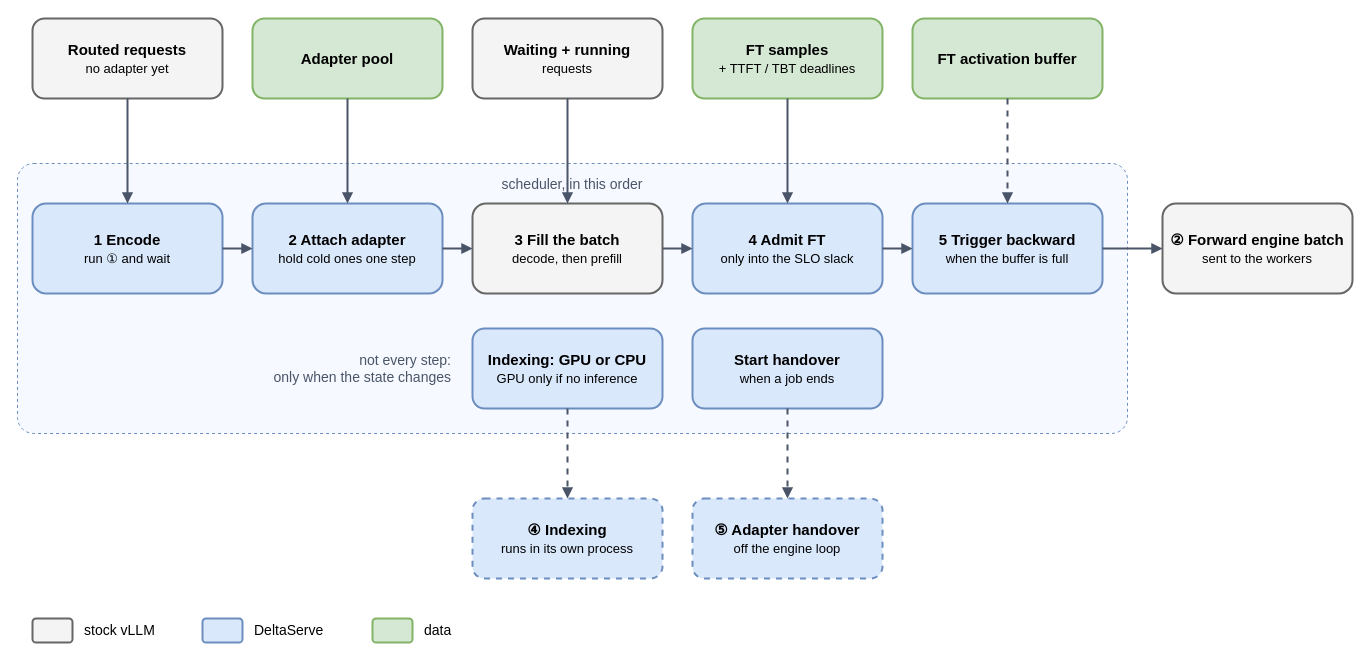
852866031/DeltaServe-vLLM keeps this draw.io diagram as page "one-scheduling-step" (11 of 13) of docs/figures/scheduling/all-scheduling-diagrams.drawio. Above is the earlier version. Source tidied: cells renumbered, new cells numbered last; positions are measured from the earlier drawing's top-left corner, leaving out a move shared by most shapes. Both pictures are drawn from the tidied source at 100%, with x=0, y=0 at pixel (17, 18).
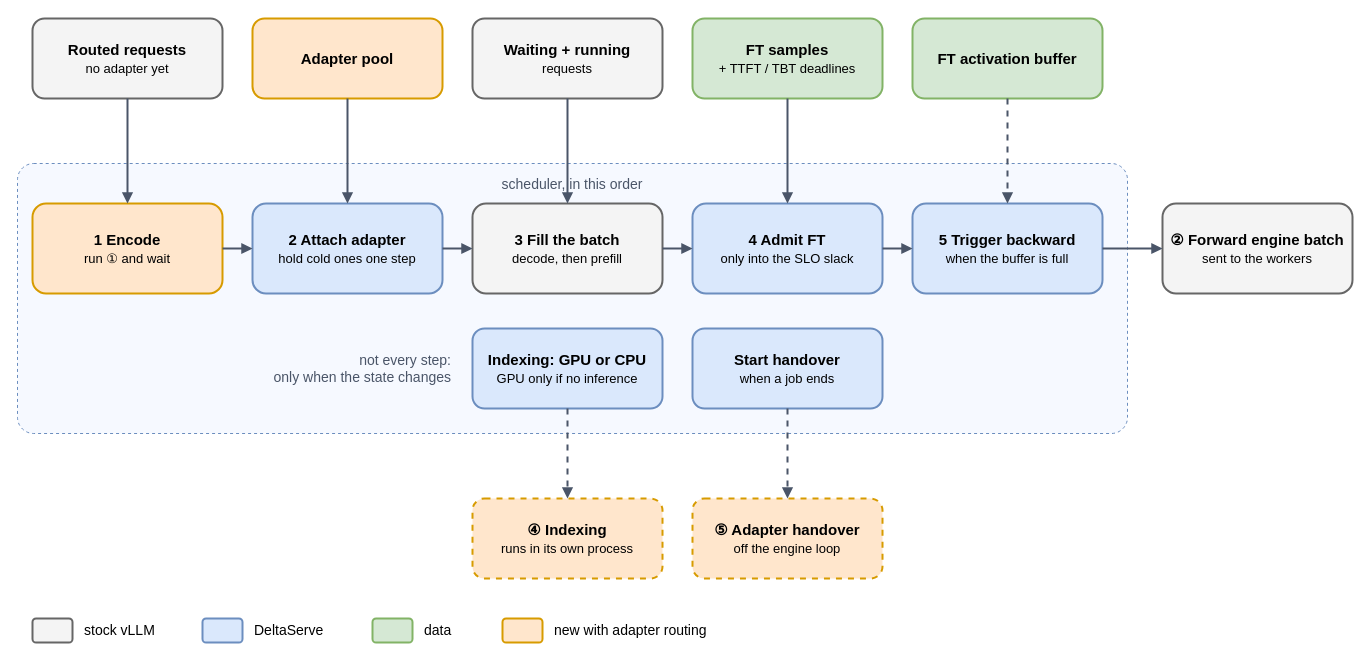
The same page after the edit.

Change to the diagram source:
```diff
@@
-    <mxCell id="4" value="&lt;b&gt;Adapter pool&lt;/b&gt;" style="rounded=1;whiteSpace=wrap;html=1;fontSize=15;fillColor=#D5E8D4;strokeColor=#82B366;strokeWidth=2;" parent="1" vertex="1">
+    <mxCell id="4" value="&lt;b&gt;Adapter pool&lt;/b&gt;" style="rounded=1;whiteSpace=wrap;html=1;fontSize=15;fillColor=#FFE6CC;strokeColor=#D79B00;strokeWidth=2;" parent="1" vertex="1">
       <mxGeometry x="235" width="190" height="80" as="geometry" />
     </mxCell>
@@
-    <mxCell id="8" value="&lt;b&gt;1 Encode&lt;/b&gt;&lt;br&gt;&lt;font style=&quot;font-size:13px&quot;&gt;run ① and wait&lt;/font&gt;" style="rounded=1;whiteSpace=wrap;html=1;fontSize=15;fillColor=#DAE8FC;strokeColor=#6C8EBF;strokeWidth=2;" parent="1" vertex="1">
+    <mxCell id="8" value="&lt;b&gt;1 Encode&lt;/b&gt;&lt;br&gt;&lt;font style=&quot;font-size:13px&quot;&gt;run ① and wait&lt;/font&gt;" style="rounded=1;whiteSpace=wrap;html=1;fontSize=15;fillColor=#FFE6CC;strokeColor=#D79B00;strokeWidth=2;" parent="1" vertex="1">
       <mxGeometry x="15" y="185" width="190" height="90" as="geometry" />
     </mxCell>
@@
-    <mxCell id="26" value="&lt;b&gt;④ Indexing&lt;/b&gt;&lt;br&gt;&lt;font style=&quot;font-size:13px&quot;&gt;runs in its own process&lt;/font&gt;" style="rounded=1;whiteSpace=wrap;html=1;fontSize=15;fillColor=#DAE8FC;strokeColor=#6C8EBF;strokeWidth=2;dashed=1;" parent="1" vertex="1">
+    <mxCell id="26" value="&lt;b&gt;④ Indexing&lt;/b&gt;&lt;br&gt;&lt;font style=&quot;font-size:13px&quot;&gt;runs in its own process&lt;/font&gt;" style="rounded=1;whiteSpace=wrap;html=1;fontSize=15;fillColor=#FFE6CC;strokeColor=#D79B00;strokeWidth=2;dashed=1;" parent="1" vertex="1">
       <mxGeometry x="455" y="480" width="190" height="80" as="geometry" />
     </mxCell>
-    <mxCell id="27" value="&lt;b&gt;⑤ Adapter handover&lt;/b&gt;&lt;br&gt;&lt;font style=&quot;font-size:13px&quot;&gt;off the engine loop&lt;/font&gt;" style="rounded=1;whiteSpace=wrap;html=1;fontSize=15;fillColor=#DAE8FC;strokeColor=#6C8EBF;strokeWidth=2;dashed=1;" parent="1" vertex="1">
+    <mxCell id="27" value="&lt;b&gt;⑤ Adapter handover&lt;/b&gt;&lt;br&gt;&lt;font style=&quot;font-size:13px&quot;&gt;off the engine loop&lt;/font&gt;" style="rounded=1;whiteSpace=wrap;html=1;fontSize=15;fillColor=#FFE6CC;strokeColor=#D79B00;strokeWidth=2;dashed=1;" parent="1" vertex="1">
       <mxGeometry x="675" y="480" width="190" height="80" as="geometry" />
     </mxCell>
@@
+    <mxCell id="37" style="rounded=1;html=1;fillColor=#FFE6CC;strokeColor=#D79B00;strokeWidth=2;" parent="1" vertex="1">
+      <mxGeometry x="485" y="600" width="40" height="24" as="geometry" />
+    </mxCell>
+    <mxCell id="38" value="new with adapter routing" style="text;html=1;fontSize=14;align=left;verticalAlign=middle;" parent="1" vertex="1">
+      <mxGeometry x="535" y="597" width="190" height="30" as="geometry" />
+    </mxCell>
```
